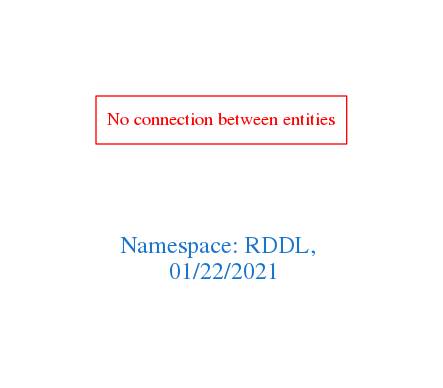
Before: downloads/RDDL.png, a diagram exported from Graphviz (arago/OGIT). Its source is kept beside it as downloads/RDDL.dot.
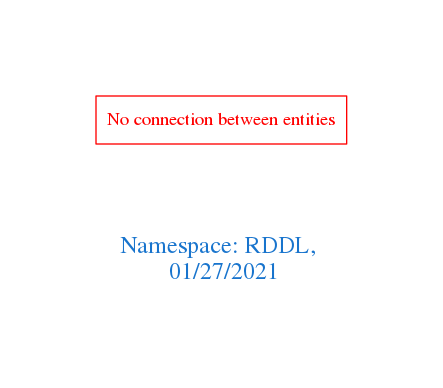
Later version of the same file.

The edit, as a diff of the source:
```diff
@@ -1,7 +1,7 @@
 digraph OGIT_ontology {
  graph [ rankdir= LR,pad=1
 fontsize = 18,
-fontcolor= dodgerblue3,label = "\n\n\nNamespace: RDDL, \n 01/22/2021"];
+fontcolor= dodgerblue3,label = "\n\n\nNamespace: RDDL, \n 01/27/2021"];
 node[shape=polygon];
 edge [  color="gray81"];
 
```
